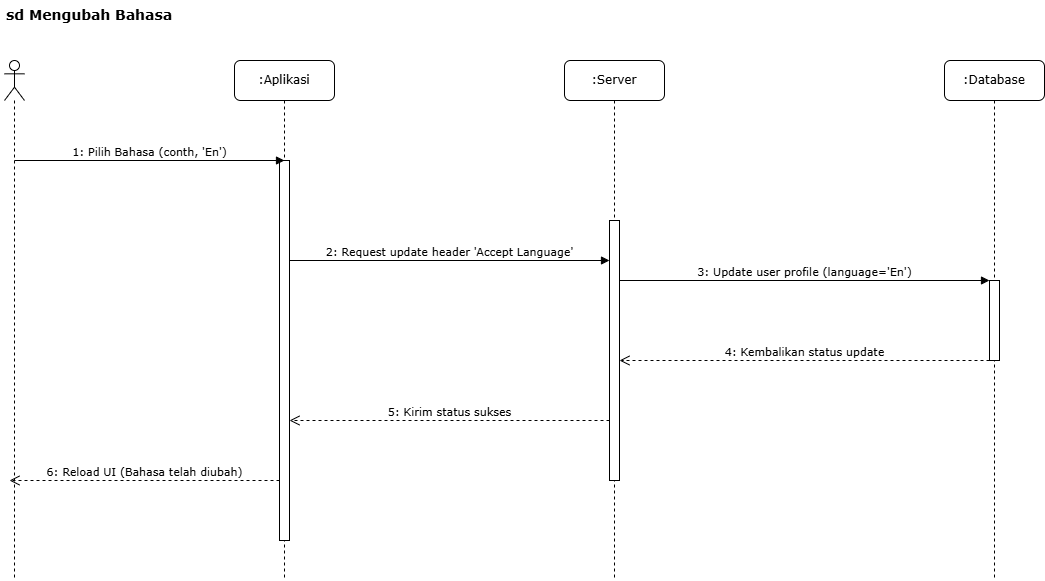
Earlier version of the draw.io export Diagram/sequence-diagram-skripsi-mengubah-bahasa.drawio.png (Rizz404/SKRIPSI_V2). Source tidied: cells renumbered, new cells last; positions are measured from the earlier drawing's top-left corner, leaving out a move shared by most shapes. Its diagram source:
```xml
<mxGraphModel>
  <root>
    <mxCell id="0" />
    <mxCell id="1" parent="0" />
    <mxCell id="2" value="sd Mengubah Bahasa" style="text;html=1;strokeColor=none;fillColor=none;align=left;verticalAlign=top;whiteSpace=wrap;rounded=0;fontFamily=Verdana;fontSize=14;fontStyle=1;" parent="1" vertex="1">
      <mxGeometry width="320" height="30" as="geometry" />
    </mxCell>
    <mxCell id="3" style="shape=umlLifeline;perimeter=lifelinePerimeter;whiteSpace=wrap;html=1;newEdgeStyle={&quot;curved&quot;:0,&quot;rounded&quot;:0};participant=umlActor;" parent="1" vertex="1">
      <mxGeometry y="60" width="20" height="520" as="geometry" />
    </mxCell>
    <mxCell id="4" value=":Aplikasi" style="shape=umlLifeline;perimeter=lifelinePerimeter;whiteSpace=wrap;html=1;rounded=1;shadow=0;comic=0;labelBackgroundColor=none;strokeWidth=1;fontFamily=Verdana;fontSize=12;align=center;" parent="1" vertex="1">
      <mxGeometry x="230" y="60" width="100" height="520" as="geometry" />
    </mxCell>
    <mxCell id="5" value=":Server" style="shape=umlLifeline;perimeter=lifelinePerimeter;whiteSpace=wrap;html=1;rounded=1;shadow=0;comic=0;labelBackgroundColor=none;strokeWidth=1;fontFamily=Verdana;fontSize=12;align=center;" parent="1" vertex="1">
      <mxGeometry x="560" y="60" width="100" height="520" as="geometry" />
    </mxCell>
    <mxCell id="6" value=":Database" style="shape=umlLifeline;perimeter=lifelinePerimeter;whiteSpace=wrap;html=1;rounded=1;shadow=0;comic=0;labelBackgroundColor=none;strokeWidth=1;fontFamily=Verdana;fontSize=12;align=center;" parent="1" vertex="1">
      <mxGeometry x="940" y="60" width="100" height="520" as="geometry" />
    </mxCell>
    <mxCell id="7" style="html=1;perimeter=orthogonalPerimeter;fillColor=#ffffff;strokeColor=#000000;strokeWidth=1;" parent="1" vertex="1">
      <mxGeometry x="275" y="160" width="10" height="380" as="geometry" />
    </mxCell>
    <mxCell id="8" style="html=1;perimeter=orthogonalPerimeter;fillColor=#ffffff;strokeColor=#000000;strokeWidth=1;" parent="1" vertex="1">
      <mxGeometry x="605" y="220" width="10" height="260" as="geometry" />
    </mxCell>
    <mxCell id="9" style="html=1;points=[];perimeter=orthogonalPerimeter;fillColor=#ffffff;strokeColor=#000000;strokeWidth=1;" parent="1" vertex="1">
      <mxGeometry x="985" y="280" width="10" height="80" as="geometry" />
    </mxCell>
    <mxCell id="10" value="1: Pilih Bahasa (conth, 'En')" style="html=1;verticalAlign=bottom;labelBackgroundColor=none;endArrow=block;rounded=0;fontFamily=Verdana;fontSize=11;" parent="1" edge="1">
      <mxGeometry relative="1" as="geometry">
        <mxPoint x="10" y="160" as="sourcePoint" />
        <mxPoint x="280" y="160" as="targetPoint" />
      </mxGeometry>
    </mxCell>
    <mxCell id="11" value="2: Request update header 'Accept Language'" style="html=1;verticalAlign=bottom;endArrow=block;labelBackgroundColor=none;fontFamily=Verdana;fontSize=11;" parent="1" edge="1">
      <mxGeometry relative="1" as="geometry">
        <mxPoint x="285" y="260" as="sourcePoint" />
        <mxPoint x="605" y="260" as="targetPoint" />
      </mxGeometry>
    </mxCell>
    <mxCell id="12" value="3: Update user profile (language='En')" style="html=1;verticalAlign=bottom;endArrow=block;labelBackgroundColor=none;fontFamily=Verdana;fontSize=11;" parent="1" edge="1">
      <mxGeometry relative="1" as="geometry">
        <mxPoint x="615" y="280" as="sourcePoint" />
        <mxPoint x="985" y="280" as="targetPoint" />
      </mxGeometry>
    </mxCell>
    <mxCell id="13" value="4: Kembalikan status update" style="html=1;verticalAlign=bottom;endArrow=open;dashed=1;endSize=8;labelBackgroundColor=none;fontFamily=Verdana;fontSize=11;" parent="1" edge="1" source="9">
      <mxGeometry relative="1" as="geometry">
        <mxPoint x="615" y="360" as="targetPoint" />
      </mxGeometry>
    </mxCell>
    <mxCell id="14" value="5: Kirim status sukses" style="html=1;verticalAlign=bottom;endArrow=open;dashed=1;endSize=8;labelBackgroundColor=none;fontFamily=Verdana;fontSize=11;" parent="1" edge="1">
      <mxGeometry relative="1" as="geometry">
        <mxPoint x="605" y="420" as="sourcePoint" />
        <mxPoint x="285" y="420" as="targetPoint" />
      </mxGeometry>
    </mxCell>
    <mxCell id="15" value="6: Reload UI (Bahasa telah diubah)" style="html=1;verticalAlign=bottom;endArrow=open;dashed=1;endSize=8;labelBackgroundColor=none;fontFamily=Verdana;fontSize=11;" parent="1" edge="1">
      <mxGeometry relative="1" as="geometry">
        <mxPoint x="275" y="480" as="sourcePoint" />
        <mxPoint x="5" y="480" as="targetPoint" />
      </mxGeometry>
    </mxCell>
  </root>
</mxGraphModel>
```
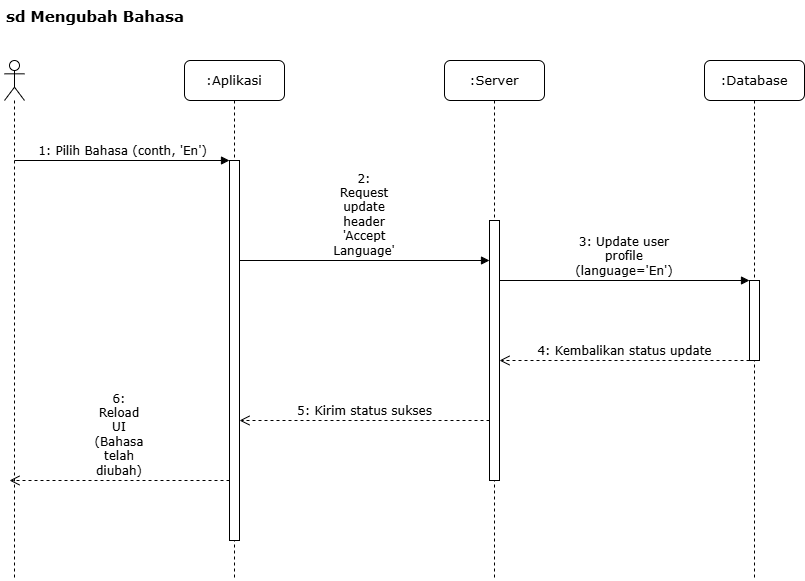
The same file after the commit.

What changed in the source:
```diff
@@ -2,63 +2,63 @@
   <root>
     <mxCell id="0" />
     <mxCell id="1" parent="0" />
-    <mxCell id="2" value="sd Mengubah Bahasa" style="text;html=1;strokeColor=none;fillColor=none;align=left;verticalAlign=top;whiteSpace=wrap;rounded=0;fontFamily=Verdana;fontSize=14;fontStyle=1;" parent="1" vertex="1">
-      <mxGeometry width="320" height="30" as="geometry" />
+    <mxCell id="2" value="sd Mengubah Bahasa" style="text;html=1;strokeColor=none;fillColor=none;align=left;verticalAlign=top;whiteSpace=wrap;rounded=0;fontFamily=Verdana;fontSize=15;fontStyle=1;" parent="1" vertex="1">
+      <mxGeometry x="-80" width="320" height="30" as="geometry" />
     </mxCell>
     <mxCell id="3" style="shape=umlLifeline;perimeter=lifelinePerimeter;whiteSpace=wrap;html=1;newEdgeStyle={&quot;curved&quot;:0,&quot;rounded&quot;:0};participant=umlActor;" parent="1" vertex="1">
-      <mxGeometry y="60" width="20" height="520" as="geometry" />
+      <mxGeometry x="-80" y="60" width="20" height="520" as="geometry" />
     </mxCell>
-    <mxCell id="4" value=":Aplikasi" style="shape=umlLifeline;perimeter=lifelinePerimeter;whiteSpace=wrap;html=1;rounded=1;shadow=0;comic=0;labelBackgroundColor=none;strokeWidth=1;fontFamily=Verdana;fontSize=12;align=center;" parent="1" vertex="1">
-      <mxGeometry x="230" y="60" width="100" height="520" as="geometry" />
+    <mxCell id="4" value=":Aplikasi" style="shape=umlLifeline;perimeter=lifelinePerimeter;whiteSpace=wrap;html=1;rounded=1;shadow=0;comic=0;labelBackgroundColor=none;strokeWidth=1;fontFamily=Verdana;fontSize=13;align=center;" parent="1" vertex="1">
+      <mxGeometry x="100" y="60" width="100" height="520" as="geometry" />
     </mxCell>
-    <mxCell id="5" value=":Server" style="shape=umlLifeline;perimeter=lifelinePerimeter;whiteSpace=wrap;html=1;rounded=1;shadow=0;comic=0;labelBackgroundColor=none;strokeWidth=1;fontFamily=Verdana;fontSize=12;align=center;" parent="1" vertex="1">
-      <mxGeometry x="560" y="60" width="100" height="520" as="geometry" />
+    <mxCell id="5" value=":Server" style="shape=umlLifeline;perimeter=lifelinePerimeter;whiteSpace=wrap;html=1;rounded=1;shadow=0;comic=0;labelBackgroundColor=none;strokeWidth=1;fontFamily=Verdana;fontSize=13;align=center;" parent="1" vertex="1">
+      <mxGeometry x="360" y="60" width="100" height="520" as="geometry" />
     </mxCell>
-    <mxCell id="6" value=":Database" style="shape=umlLifeline;perimeter=lifelinePerimeter;whiteSpace=wrap;html=1;rounded=1;shadow=0;comic=0;labelBackgroundColor=none;strokeWidth=1;fontFamily=Verdana;fontSize=12;align=center;" parent="1" vertex="1">
-      <mxGeometry x="940" y="60" width="100" height="520" as="geometry" />
+    <mxCell id="6" value=":Database" style="shape=umlLifeline;perimeter=lifelinePerimeter;whiteSpace=wrap;html=1;rounded=1;shadow=0;comic=0;labelBackgroundColor=none;strokeWidth=1;fontFamily=Verdana;fontSize=13;align=center;" parent="1" vertex="1">
+      <mxGeometry x="620" y="60" width="100" height="520" as="geometry" />
     </mxCell>
     <mxCell id="7" style="html=1;perimeter=orthogonalPerimeter;fillColor=#ffffff;strokeColor=#000000;strokeWidth=1;" parent="1" vertex="1">
-      <mxGeometry x="275" y="160" width="10" height="380" as="geometry" />
+      <mxGeometry x="145" y="160" width="10" height="380" as="geometry" />
     </mxCell>
     <mxCell id="8" style="html=1;perimeter=orthogonalPerimeter;fillColor=#ffffff;strokeColor=#000000;strokeWidth=1;" parent="1" vertex="1">
-      <mxGeometry x="605" y="220" width="10" height="260" as="geometry" />
+      <mxGeometry x="405" y="220" width="10" height="260" as="geometry" />
     </mxCell>
     <mxCell id="9" style="html=1;points=[];perimeter=orthogonalPerimeter;fillColor=#ffffff;strokeColor=#000000;strokeWidth=1;" parent="1" vertex="1">
-      <mxGeometry x="985" y="280" width="10" height="80" as="geometry" />
+      <mxGeometry x="665" y="280" width="10" height="80" as="geometry" />
     </mxCell>
-    <mxCell id="10" value="1: Pilih Bahasa (conth, 'En')" style="html=1;verticalAlign=bottom;labelBackgroundColor=none;endArrow=block;rounded=0;fontFamily=Verdana;fontSize=11;" parent="1" edge="1">
+    <mxCell id="10" value="1: Pilih Bahasa (conth, 'En')" style="html=1;verticalAlign=bottom;labelBackgroundColor=none;endArrow=block;rounded=0;fontFamily=Verdana;fontSize=12;" parent="1" edge="1">
       <mxGeometry relative="1" as="geometry">
-        <mxPoint x="10" y="160" as="sourcePoint" />
-        <mxPoint x="280" y="160" as="targetPoint" />
+        <mxPoint x="-70" y="160" as="sourcePoint" />
+        <mxPoint x="145" y="160" as="targetPoint" />
       </mxGeometry>
     </mxCell>
-    <mxCell id="11" value="2: Request update header 'Accept Language'" style="html=1;verticalAlign=bottom;endArrow=block;labelBackgroundColor=none;fontFamily=Verdana;fontSize=11;" parent="1" edge="1">
+    <mxCell id="11" value="2: Request update header 'Accept Language'" style="html=1;verticalAlign=bottom;endArrow=block;labelBackgroundColor=none;fontFamily=Verdana;fontSize=12;whiteSpace=wrap;" parent="1" edge="1">
       <mxGeometry relative="1" as="geometry">
-        <mxPoint x="285" y="260" as="sourcePoint" />
-        <mxPoint x="605" y="260" as="targetPoint" />
+        <mxPoint x="155" y="260" as="sourcePoint" />
+        <mxPoint x="405" y="260" as="targetPoint" />
       </mxGeometry>
     </mxCell>
-    <mxCell id="12" value="3: Update user profile (language='En')" style="html=1;verticalAlign=bottom;endArrow=block;labelBackgroundColor=none;fontFamily=Verdana;fontSize=11;" parent="1" edge="1">
+    <mxCell id="12" value="3: Update user profile (language='En')" style="html=1;verticalAlign=bottom;endArrow=block;labelBackgroundColor=none;fontFamily=Verdana;fontSize=12;whiteSpace=wrap;" parent="1" edge="1">
       <mxGeometry relative="1" as="geometry">
-        <mxPoint x="615" y="280" as="sourcePoint" />
-        <mxPoint x="985" y="280" as="targetPoint" />
+        <mxPoint x="415" y="280" as="sourcePoint" />
+        <mxPoint x="665" y="280" as="targetPoint" />
       </mxGeometry>
     </mxCell>
-    <mxCell id="13" value="4: Kembalikan status update" style="html=1;verticalAlign=bottom;endArrow=open;dashed=1;endSize=8;labelBackgroundColor=none;fontFamily=Verdana;fontSize=11;" parent="1" edge="1" source="9">
+    <mxCell id="13" value="4: Kembalikan status update" style="html=1;verticalAlign=bottom;endArrow=open;dashed=1;endSize=8;labelBackgroundColor=none;fontFamily=Verdana;fontSize=12;" parent="1" edge="1" source="9">
       <mxGeometry relative="1" as="geometry">
-        <mxPoint x="615" y="360" as="targetPoint" />
+        <mxPoint x="415" y="360" as="targetPoint" />
       </mxGeometry>
     </mxCell>
-    <mxCell id="14" value="5: Kirim status sukses" style="html=1;verticalAlign=bottom;endArrow=open;dashed=1;endSize=8;labelBackgroundColor=none;fontFamily=Verdana;fontSize=11;" parent="1" edge="1">
+    <mxCell id="14" value="5: Kirim status sukses" style="html=1;verticalAlign=bottom;endArrow=open;dashed=1;endSize=8;labelBackgroundColor=none;fontFamily=Verdana;fontSize=12;" parent="1" edge="1">
       <mxGeometry relative="1" as="geometry">
-        <mxPoint x="605" y="420" as="sourcePoint" />
-        <mxPoint x="285" y="420" as="targetPoint" />
+        <mxPoint x="405" y="420" as="sourcePoint" />
+        <mxPoint x="155" y="420" as="targetPoint" />
       </mxGeometry>
     </mxCell>
-    <mxCell id="15" value="6: Reload UI (Bahasa telah diubah)" style="html=1;verticalAlign=bottom;endArrow=open;dashed=1;endSize=8;labelBackgroundColor=none;fontFamily=Verdana;fontSize=11;" parent="1" edge="1">
+    <mxCell id="15" value="6: Reload UI (Bahasa telah diubah)" style="html=1;verticalAlign=bottom;endArrow=open;dashed=1;endSize=8;labelBackgroundColor=none;fontFamily=Verdana;fontSize=12;whiteSpace=wrap;" parent="1" edge="1">
       <mxGeometry relative="1" as="geometry">
-        <mxPoint x="275" y="480" as="sourcePoint" />
-        <mxPoint x="5" y="480" as="targetPoint" />
+        <mxPoint x="145" y="480" as="sourcePoint" />
+        <mxPoint x="-75" y="480" as="targetPoint" />
       </mxGeometry>
     </mxCell>
   </root>
```
